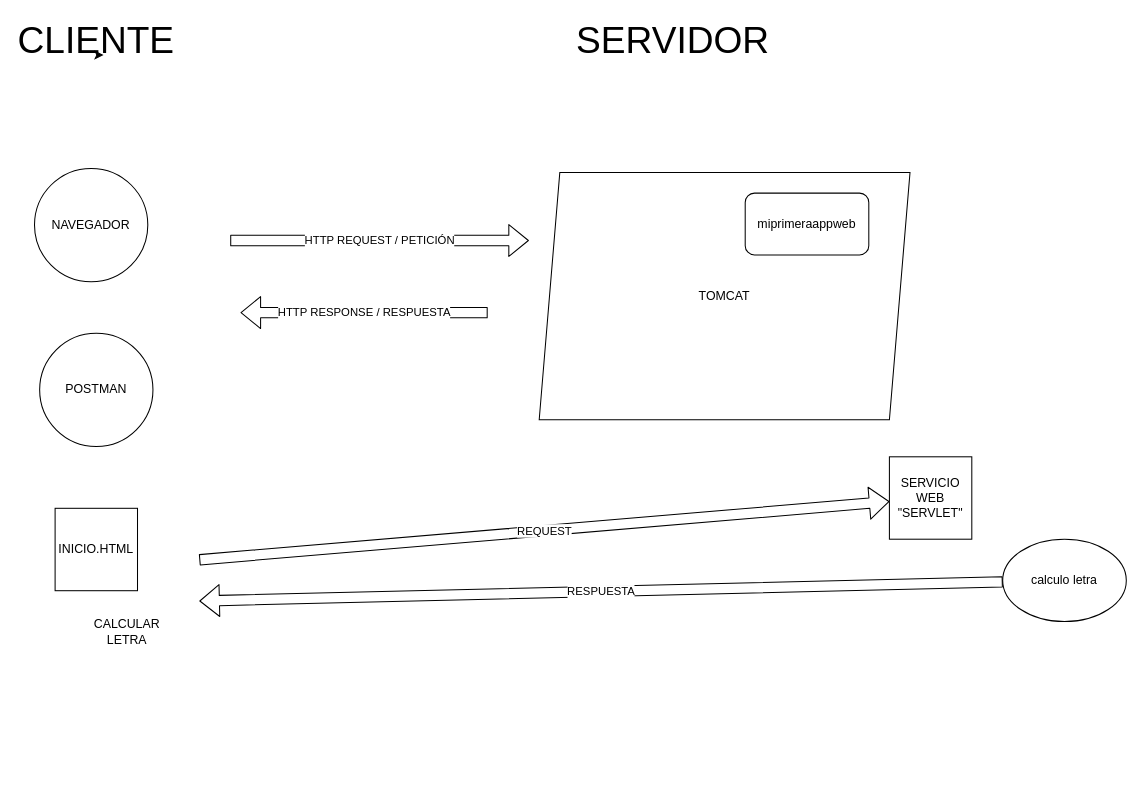
Above: proyectoprofe1/DOCU/arquitectura http.drawio in Valexx55/repoclasejava (draw.io), before the change. Source tidied: cells renumbered, new cells numbered last; positions are measured from the earlier drawing's top-left corner, leaving out a move shared by most shapes. Both pictures are drawn from the tidied source at 103%, with x=0, y=0 at pixel (34, 24).
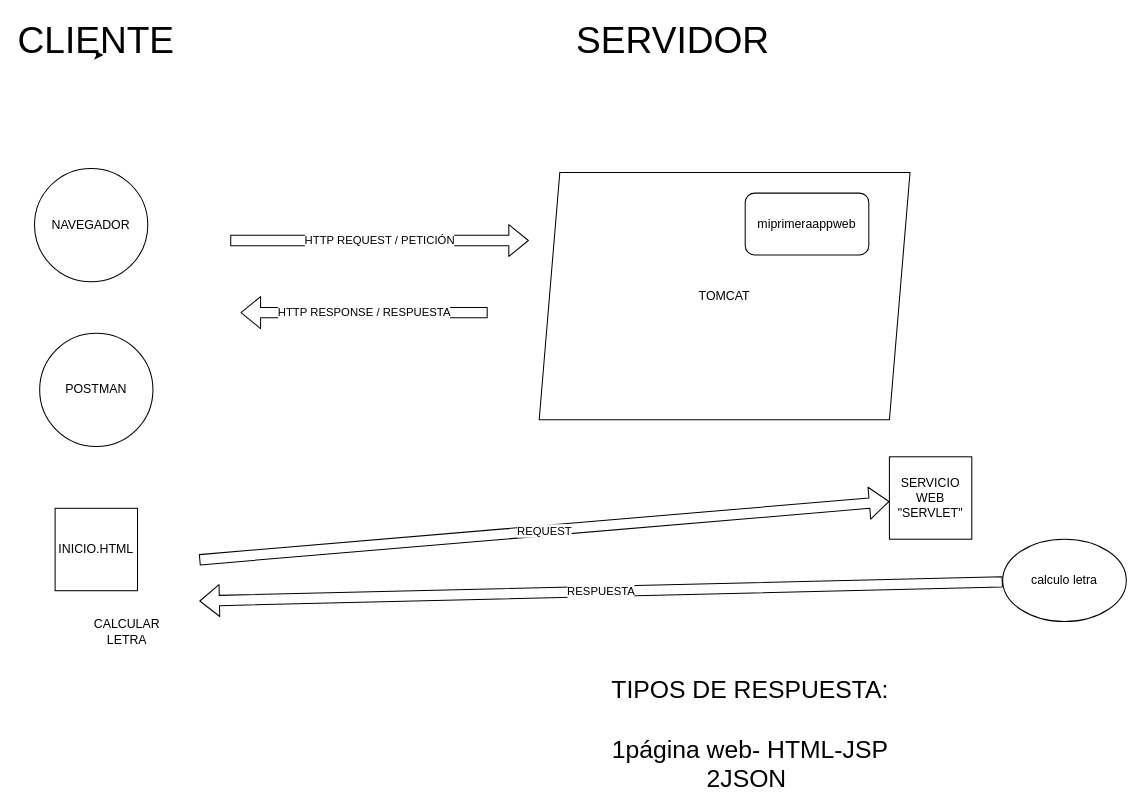
After the change.

Change to the diagram source:
```diff
@@
+    <mxCell id="17" value="&lt;font style=&quot;font-size: 24px&quot;&gt;TIPOS DE RESPUESTA:&lt;br&gt;&lt;br&gt;1página web- HTML-JSP&lt;br&gt;2JSON&amp;nbsp;&lt;/font&gt;" style="text;html=1;strokeColor=none;fillColor=none;align=center;verticalAlign=middle;whiteSpace=wrap;rounded=0;" parent="1" vertex="1">
+      <mxGeometry x="510" y="660" width="370" height="60" as="geometry" />
+    </mxCell>
```
